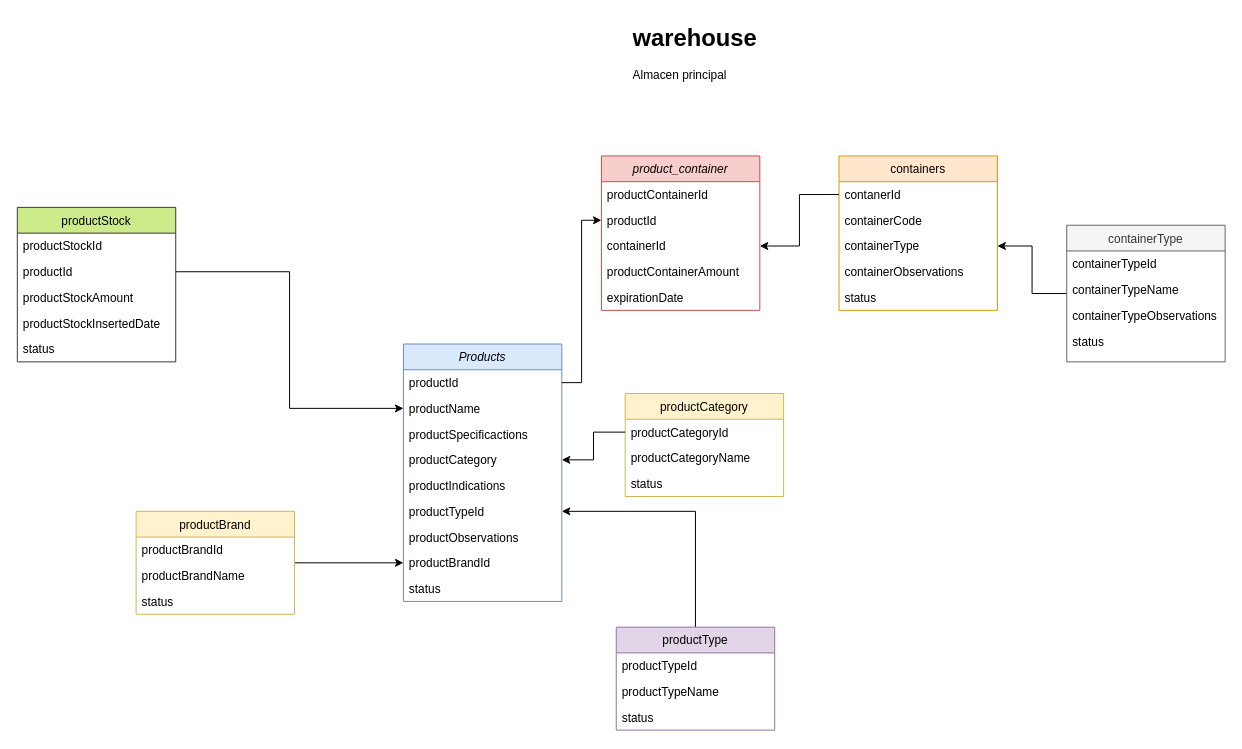
Earlier version of the draw.io diagram pharmacy.drawio (CarlosMayo1/pharmacy). Source tidied: cells renumbered, new cells numbered last; positions are measured from the earlier drawing's top-left corner, leaving out a move shared by most shapes. Both pictures are drawn from the tidied source at 99%, with x=0, y=0 at pixel (17, 17).
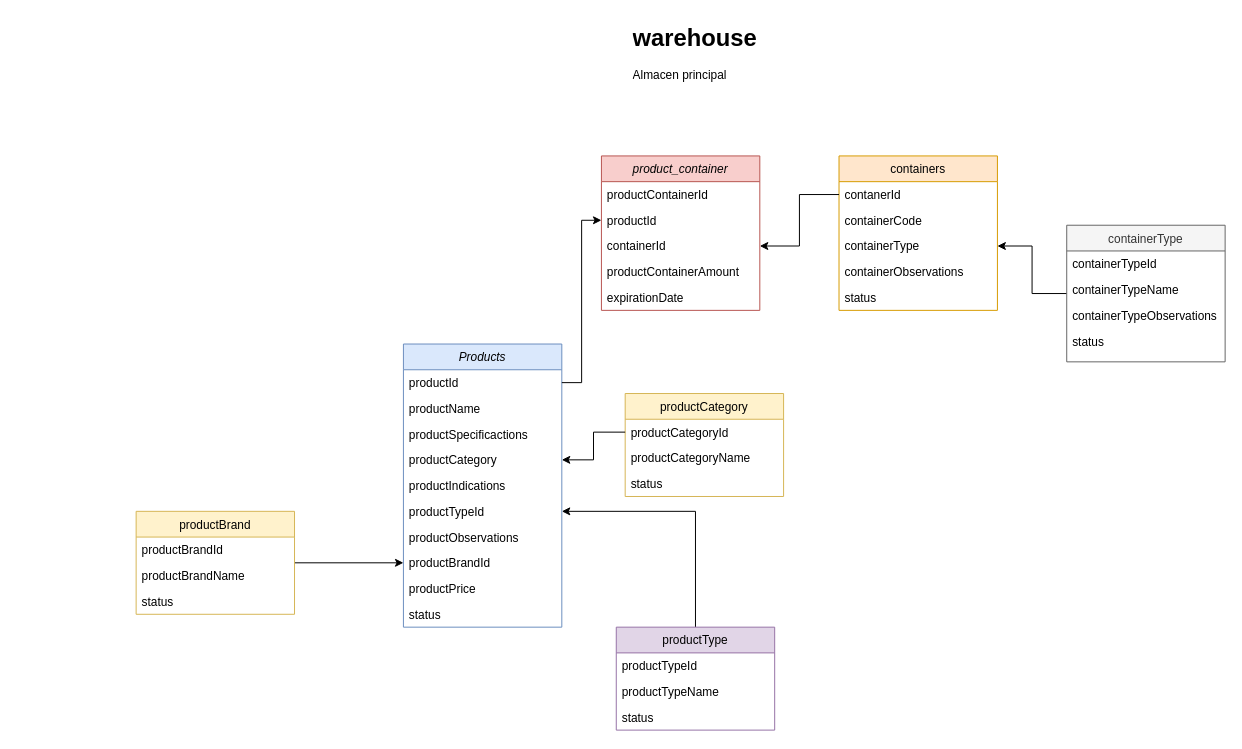
Above is the later version.

The change refers to these unchanged cells:
```xml
<mxCell id="4" value="productName" style="text;align=left;verticalAlign=top;spacingLeft=4;spacingRight=4;overflow=hidden;points=[[0,0.5],[1,0.5]];portConstraint=eastwest;rounded=0;shadow=0;html=0;" parent="2" vertex="1">
  <mxGeometry y="52" width="160" height="26" as="geometry" />
</mxCell>
```

Diff of the diagram source:
```diff
@@
     <mxCell id="2" value="Products" style="swimlane;fontStyle=2;align=center;verticalAlign=top;horizontal=1;startSize=26;rounded=0;shadow=0;strokeWidth=1;fillColor=#dae8fc;strokeColor=#6c8ebf;" parent="1" vertex="1">
-      <mxGeometry x="390" y="330" width="160" height="260" as="geometry" />
+      <mxGeometry x="390" y="330" width="160" height="286" as="geometry" />
     </mxCell>
@@
+    <mxCell id="55" value="productPrice" style="text;align=left;verticalAlign=top;spacingLeft=4;spacingRight=4;overflow=hidden;rounded=0;shadow=0;html=0;" parent="2" vertex="1">
+      <mxGeometry y="234" width="160" height="26" as="geometry" />
+    </mxCell>
     <mxCell id="11" value="status" style="text;align=left;verticalAlign=top;spacingLeft=4;spacingRight=4;overflow=hidden;rounded=0;shadow=0;html=0;" parent="2" vertex="1">
-      <mxGeometry y="234" width="160" height="26" as="geometry" />
+      <mxGeometry y="260" width="160" height="26" as="geometry" />
     </mxCell>
@@
-    <mxCell id="48" value="productStock" style="swimlane;fontStyle=0;align=center;verticalAlign=top;horizontal=1;startSize=26;rounded=0;shadow=0;strokeWidth=1;fillColor=#cdeb8b;strokeColor=#36393d;" parent="1" vertex="1">
-      <mxGeometry y="192" width="160" height="156" as="geometry" />
-    </mxCell>
-    <mxCell id="49" value="productStockId" style="text;align=left;verticalAlign=top;spacingLeft=4;spacingRight=4;overflow=hidden;" parent="48" vertex="1">
-      <mxGeometry y="26" width="160" height="26" as="geometry" />
-    </mxCell>
-    <mxCell id="50" value="productId" style="text;align=left;verticalAlign=top;spacingLeft=4;spacingRight=4;overflow=hidden;points=[[0,0.5],[1,0.5]];portConstraint=eastwest;" parent="48" vertex="1">
-      <mxGeometry y="52" width="160" height="26" as="geometry" />
-    </mxCell>
-    <mxCell id="51" value="productStockAmount" style="text;align=left;verticalAlign=top;spacingLeft=4;spacingRight=4;overflow=hidden;" parent="48" vertex="1">
-      <mxGeometry y="78" width="160" height="26" as="geometry" />
-    </mxCell>
-    <mxCell id="52" value="productStockInsertedDate" style="text;align=left;verticalAlign=top;spacingLeft=4;spacingRight=4;overflow=hidden;" parent="48" vertex="1">
-      <mxGeometry y="104" width="160" height="26" as="geometry" />
-    </mxCell>
-    <mxCell id="53" value="status" style="text;align=left;verticalAlign=top;spacingLeft=4;spacingRight=4;overflow=hidden;" parent="48" vertex="1">
-      <mxGeometry y="130" width="160" height="26" as="geometry" />
-    </mxCell>
-    <mxCell id="54" style="edgeStyle=orthogonalEdgeStyle;rounded=0;jettySize=auto;html=1;" parent="1" edge="1" source="50" target="4">
-      <mxGeometry relative="1" as="geometry" />
-    </mxCell>
```
